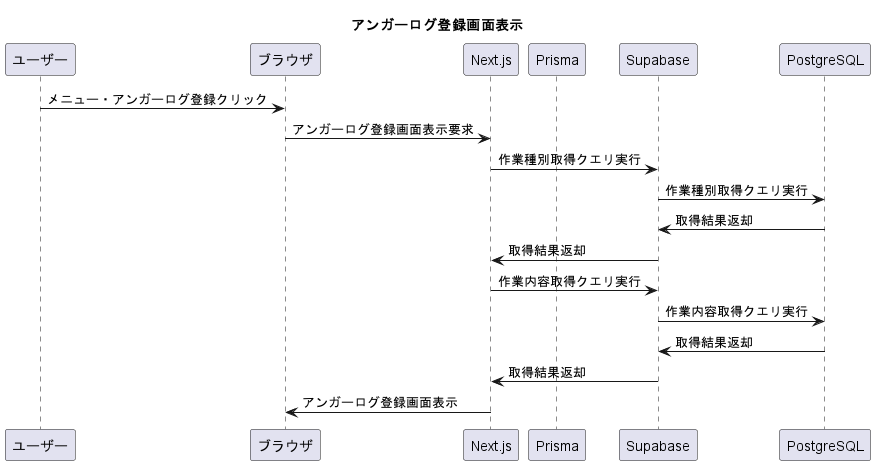
Earlier version of the PlantUML export uml/out/angerLog/pageAngerLogInsert/pageAngerLogInsert.png (washogo/angerLogApp). Source of this version:
```plantuml
@startuml pageAngerLogInsert
title "アンガーログ登録画面表示"
participant ユーザー
participant ブラウザ
participant Next.js
participant Prisma
participant Supabase
participant PostgreSQL

ユーザー -> ブラウザ: メニュー・アンガーログ登録クリック
ブラウザ -> Next.js: アンガーログ登録画面表示要求
Next.js -> Supabase: 作業種別取得クエリ実行
Supabase -> PostgreSQL: 作業種別取得クエリ実行
PostgreSQL -> Supabase: 取得結果返却
Supabase -> Next.js: 取得結果返却
Next.js -> Supabase: 作業内容取得クエリ実行
Supabase -> PostgreSQL: 作業内容取得クエリ実行
PostgreSQL -> Supabase: 取得結果返却
Supabase -> Next.js: 取得結果返却
Next.js -> ブラウザ: アンガーログ登録画面表示

@enduml
```
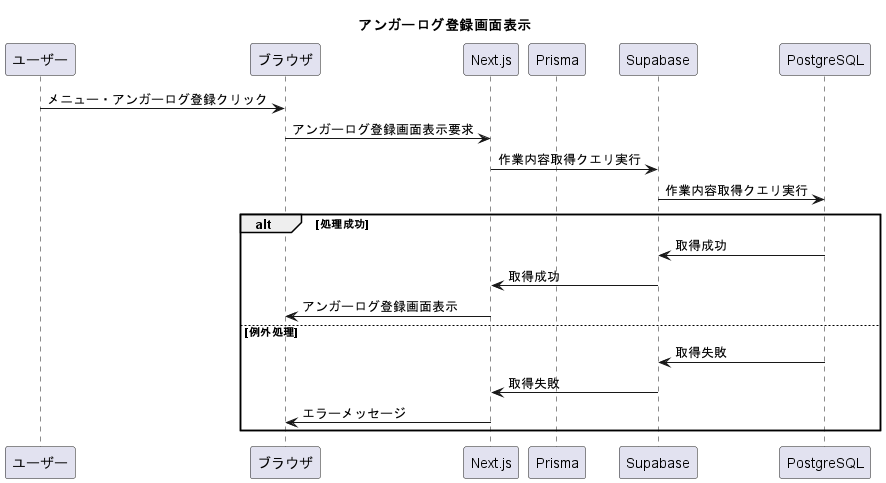
After the commit.

What changed in the source:
```diff
@@ -9,14 +9,16 @@
 
 ユーザー -> ブラウザ: メニュー・アンガーログ登録クリック
 ブラウザ -> Next.js: アンガーログ登録画面表示要求
-Next.js -> Supabase: 作業種別取得クエリ実行
-Supabase -> PostgreSQL: 作業種別取得クエリ実行
-PostgreSQL -> Supabase: 取得結果返却
-Supabase -> Next.js: 取得結果返却
 Next.js -> Supabase: 作業内容取得クエリ実行
 Supabase -> PostgreSQL: 作業内容取得クエリ実行
-PostgreSQL -> Supabase: 取得結果返却
-Supabase -> Next.js: 取得結果返却
-Next.js -> ブラウザ: アンガーログ登録画面表示
+alt 処理成功
+  PostgreSQL -> Supabase: 取得成功
+  Supabase -> Next.js: 取得成功
+  Next.js -> ブラウザ: アンガーログ登録画面表示
+else 例外処理
+  PostgreSQL -> Supabase: 取得失敗
+  Supabase -> Next.js: 取得失敗
+  Next.js -> ブラウザ: エラーメッセージ
+end
 
 @enduml
```
